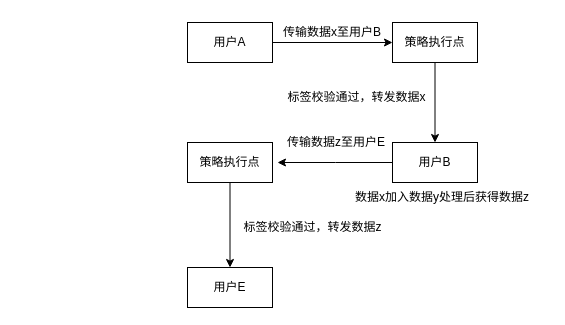
Earlier version of the draw.io diagram 零信任安全性分析4.drawio (ZhuShouCheng/notebook). Source tidied: cells renumbered, new cells numbered last; positions are measured from the earlier drawing's top-left corner, leaving out a move shared by most shapes. Both pictures are drawn from the tidied source at 100%, with x=0, y=0 at pixel (187, 17).
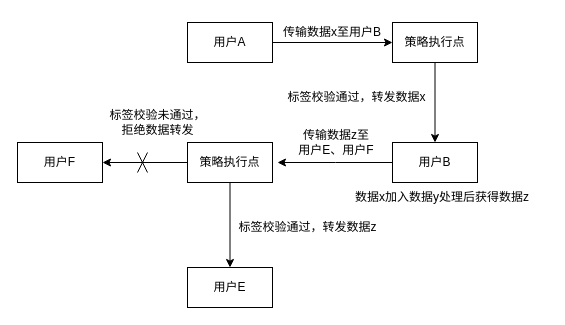
The same page after the edit.

Commit message:
更新零信任安全性分析4.drawio

Unchanged cells that the change refers to:
```xml
<mxCell id="11" value="策略执行点" style="rounded=0;whiteSpace=wrap;html=1;" parent="1" vertex="1">
  <mxGeometry y="125" width="85" height="40" as="geometry" />
</mxCell>
```

Diff of the diagram source:
```diff
@@
+    <mxCell id="16" style="edgeStyle=orthogonalEdgeStyle;rounded=0;jettySize=auto;html=1;exitX=0;exitY=0.5;exitDx=0;exitDy=0;entryX=1;entryY=0.5;entryDx=0;entryDy=0;" parent="1" edge="1" source="11" target="17">
+      <mxGeometry relative="1" as="geometry" />
+    </mxCell>
@@
-    <mxCell id="13" value="传输数据z至用户E" style="text;html=1;strokeColor=none;fillColor=none;align=center;verticalAlign=middle;whiteSpace=wrap;rounded=0;" parent="1" vertex="1">
+    <mxCell id="13" value="传输数据z至&lt;br&gt;用户E、用户F" style="text;html=1;strokeColor=none;fillColor=none;align=center;verticalAlign=middle;whiteSpace=wrap;rounded=0;" parent="1" vertex="1">
       <mxGeometry x="89" y="110" width="120" height="30" as="geometry" />
     </mxCell>
@@
     <mxCell id="15" value="标签校验通过，转发数据z" style="text;html=1;align=center;verticalAlign=middle;strokeColor=none;fillColor=none;" parent="1" vertex="1">
-      <mxGeometry x="45" y="195" width="160" height="30" as="geometry" />
+      <mxGeometry x="40" y="195" width="160" height="30" as="geometry" />
     </mxCell>
+    <mxCell id="17" value="用户F" style="rounded=0;whiteSpace=wrap;html=1;" parent="1" vertex="1">
+      <mxGeometry x="-170" y="125" width="85" height="40" as="geometry" />
+    </mxCell>
+    <mxCell id="18" value="标签校验未通过，&lt;br&gt;拒绝数据转发" style="text;html=1;align=center;verticalAlign=middle;strokeColor=none;fillColor=none;" parent="1" vertex="1">
+      <mxGeometry x="-90" y="85" width="120" height="40" as="geometry" />
+    </mxCell>
+    <mxCell id="19" style="endArrow=none;html=1;rounded=0;" parent="1" edge="1">
+      <mxGeometry relative="1" as="geometry">
+        <mxPoint x="-50" y="155" as="sourcePoint" />
+        <mxPoint x="-40" y="135" as="targetPoint" />
+      </mxGeometry>
+    </mxCell>
+    <mxCell id="20" style="endArrow=none;html=1;rounded=0;" parent="1" edge="1">
+      <mxGeometry relative="1" as="geometry">
+        <mxPoint x="-50" y="135" as="sourcePoint" />
+        <mxPoint x="-40" y="155" as="targetPoint" />
+      </mxGeometry>
+    </mxCell>
```
